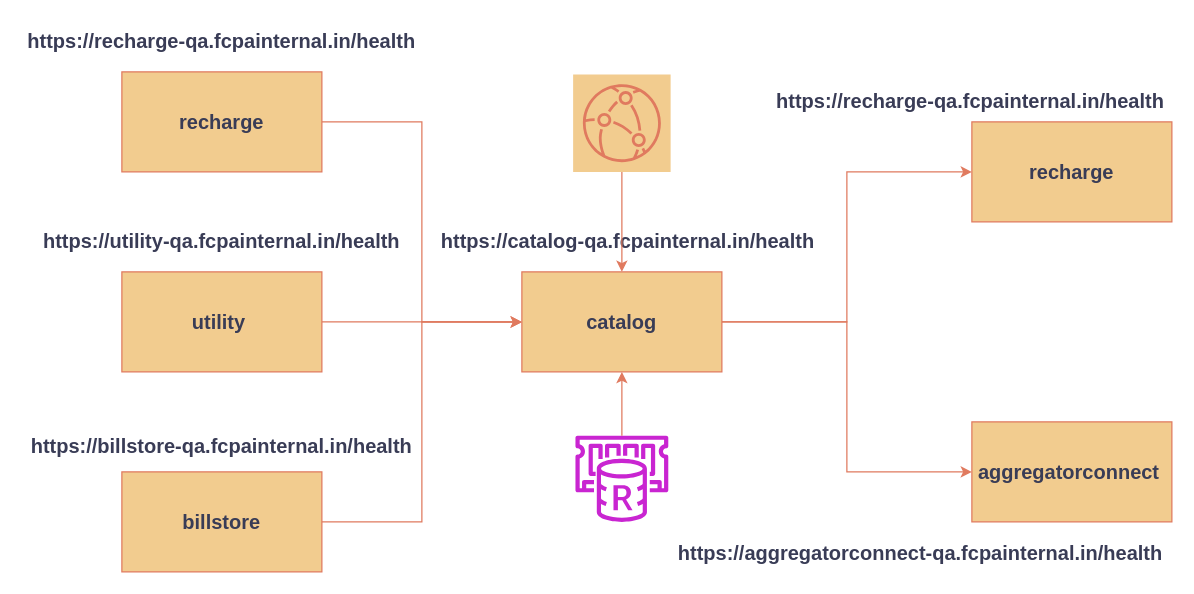
Before: catalog.drawio in vikash-one/pa-services, a draw.io diagram. Source tidied: cells renumbered, new cells numbered last; positions are measured from the earlier drawing's top-left corner, leaving out a move shared by most shapes. Both pictures are drawn from the tidied source at 125%, with x=0, y=0 at pixel (21, 21).
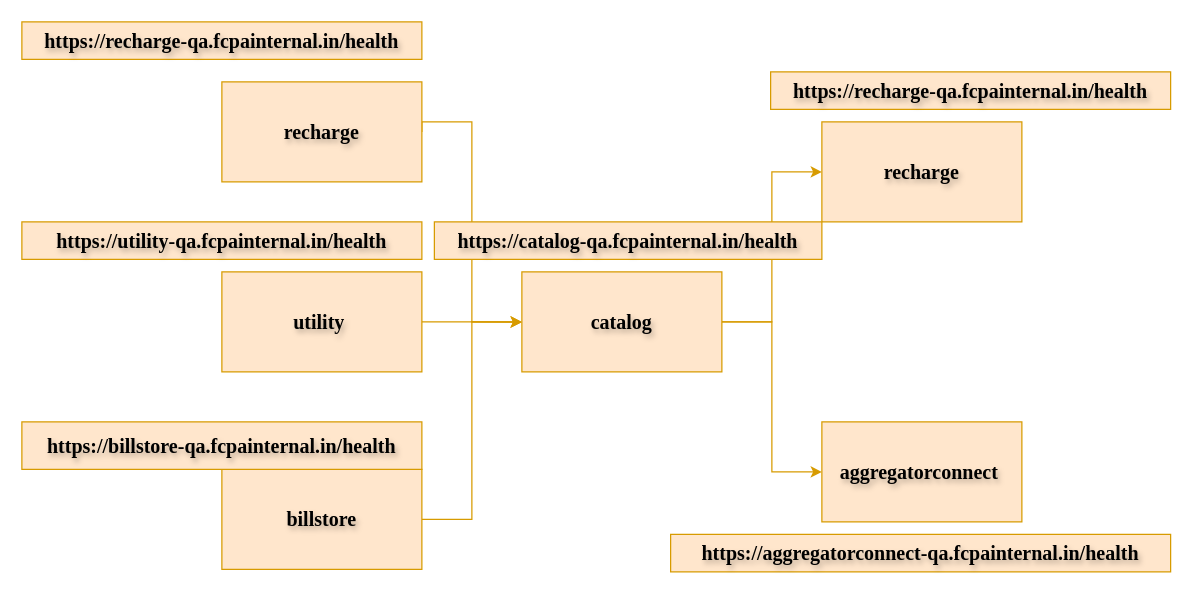
Above is the later version.

The edit, as a diff of the source:
```diff
@@
-    <mxCell id="2" style="edgeStyle=orthogonalEdgeStyle;rounded=0;jettySize=auto;html=1;exitX=1;exitY=0.5;exitDx=0;exitDy=0;entryX=0;entryY=0.5;entryDx=0;entryDy=0;fontStyle=1;fontSize=16;labelBackgroundColor=none;strokeColor=#E07A5F;fontColor=default;" parent="1" edge="1" source="3" target="9">
+    <mxCell id="2" style="edgeStyle=orthogonalEdgeStyle;rounded=0;jettySize=auto;html=1;exitX=1;exitY=0.5;exitDx=0;exitDy=0;entryX=0;entryY=0.5;entryDx=0;entryDy=0;fontStyle=1;fontSize=16;labelBackgroundColor=none;fontColor=default;fontFamily=Times New Roman;textShadow=1;fillColor=#ffe6cc;strokeColor=#d79b00;" parent="1" edge="1" source="3" target="9">
       <mxGeometry relative="1" as="geometry">
         <Array as="points">
           <mxPoint x="320" y="80" />
-          <mxPoint x="320" y="240" />
+          <mxPoint x="360" y="80" />
+          <mxPoint x="360" y="240" />
         </Array>
       </mxGeometry>
     </mxCell>
-    <mxCell id="3" value="recharge" style="rounded=0;whiteSpace=wrap;html=1;fontStyle=1;fontSize=16;labelBackgroundColor=none;fillColor=#F2CC8F;strokeColor=#E07A5F;fontColor=#393C56;" parent="1" vertex="1">
-      <mxGeometry x="80" y="40" width="160" height="80" as="geometry" />
+    <mxCell id="3" value="recharge" style="rounded=0;whiteSpace=wrap;html=1;fontStyle=1;fontSize=16;labelBackgroundColor=none;fontFamily=Times New Roman;textShadow=1;fillColor=#ffe6cc;strokeColor=#d79b00;" parent="1" vertex="1">
+      <mxGeometry x="160" y="48" width="160" height="80" as="geometry" />
     </mxCell>
-    <mxCell id="4" style="edgeStyle=orthogonalEdgeStyle;rounded=0;jettySize=auto;html=1;exitX=1;exitY=0.5;exitDx=0;exitDy=0;fontStyle=1;fontSize=16;labelBackgroundColor=none;strokeColor=#E07A5F;fontColor=default;" parent="1" edge="1" source="5">
+    <mxCell id="4" style="edgeStyle=orthogonalEdgeStyle;rounded=0;jettySize=auto;html=1;exitX=1;exitY=0.5;exitDx=0;exitDy=0;fontStyle=1;fontSize=16;labelBackgroundColor=none;fontColor=default;fontFamily=Times New Roman;textShadow=1;fillColor=#ffe6cc;strokeColor=#d79b00;" parent="1" edge="1" source="5">
       <mxGeometry relative="1" as="geometry">
         <mxPoint x="400" y="240.3" as="targetPoint" />
       </mxGeometry>
     </mxCell>
-    <mxCell id="5" value="utility&amp;nbsp;" style="rounded=0;whiteSpace=wrap;html=1;fontStyle=1;fontSize=16;labelBackgroundColor=none;fillColor=#F2CC8F;strokeColor=#E07A5F;fontColor=#393C56;" parent="1" vertex="1">
-      <mxGeometry x="80" y="200" width="160" height="80" as="geometry" />
+    <mxCell id="5" value="utility&amp;nbsp;" style="rounded=0;whiteSpace=wrap;html=1;fontStyle=1;fontSize=16;labelBackgroundColor=none;fontFamily=Times New Roman;textShadow=1;fillColor=#ffe6cc;strokeColor=#d79b00;" parent="1" vertex="1">
+      <mxGeometry x="160" y="200" width="160" height="80" as="geometry" />
     </mxCell>
+    <mxCell id="13" style="edgeStyle=orthogonalEdgeStyle;rounded=0;jettySize=auto;html=1;exitX=1;exitY=0.5;exitDx=0;exitDy=0;entryX=0;entryY=0.5;entryDx=0;entryDy=0;fontFamily=Times New Roman;fontSize=16;fontStyle=1;textShadow=1;fillColor=#ffe6cc;strokeColor=#d79b00;" parent="1" edge="1" source="6" target="9">
+      <mxGeometry relative="1" as="geometry" />
+    </mxCell>
-    <mxCell id="6" value="billstore" style="rounded=0;whiteSpace=wrap;html=1;fontStyle=1;fontSize=16;labelBackgroundColor=none;fillColor=#F2CC8F;strokeColor=#E07A5F;fontColor=#393C56;" parent="1" vertex="1">
-      <mxGeometry x="80" y="360" width="160" height="80" as="geometry" />
+    <mxCell id="6" value="billstore" style="rounded=0;whiteSpace=wrap;html=1;fontStyle=1;fontSize=16;labelBackgroundColor=none;fontFamily=Times New Roman;textShadow=1;fillColor=#ffe6cc;strokeColor=#d79b00;" parent="1" vertex="1">
+      <mxGeometry x="160" y="358" width="160" height="80" as="geometry" />
     </mxCell>
-    <mxCell id="7" style="edgeStyle=orthogonalEdgeStyle;rounded=0;jettySize=auto;html=1;entryX=0;entryY=0.5;entryDx=0;entryDy=0;fontStyle=1;fontSize=16;labelBackgroundColor=none;strokeColor=#E07A5F;fontColor=default;" parent="1" edge="1" source="9" target="10">
-      <mxGeometry relative="1" as="geometry" />
+    <mxCell id="7" style="edgeStyle=orthogonalEdgeStyle;rounded=0;jettySize=auto;html=1;entryX=0;entryY=0.5;entryDx=0;entryDy=0;fontStyle=1;fontSize=16;labelBackgroundColor=none;fontColor=default;fontFamily=Times New Roman;textShadow=1;fillColor=#ffe6cc;strokeColor=#d79b00;" parent="1" edge="1" source="9" target="10">
+      <mxGeometry relative="1" as="geometry">
+        <Array as="points">
+          <mxPoint x="600" y="240" />
+          <mxPoint x="600" y="120" />
+        </Array>
+      </mxGeometry>
     </mxCell>
-    <mxCell id="8" style="edgeStyle=orthogonalEdgeStyle;rounded=0;jettySize=auto;html=1;exitX=1;exitY=0.5;exitDx=0;exitDy=0;entryX=0;entryY=0.5;entryDx=0;entryDy=0;fontStyle=1;fontSize=16;labelBackgroundColor=none;strokeColor=#E07A5F;fontColor=default;" parent="1" edge="1" source="9" target="11">
-      <mxGeometry relative="1" as="geometry" />
+    <mxCell id="8" style="edgeStyle=orthogonalEdgeStyle;rounded=0;jettySize=auto;html=1;exitX=1;exitY=0.5;exitDx=0;exitDy=0;entryX=0;entryY=0.5;entryDx=0;entryDy=0;fontStyle=1;fontSize=16;labelBackgroundColor=none;fontColor=default;fontFamily=Times New Roman;textShadow=1;fillColor=#ffe6cc;strokeColor=#d79b00;" parent="1" edge="1" source="9" target="11">
+      <mxGeometry relative="1" as="geometry">
+        <Array as="points">
+          <mxPoint x="600" y="240" />
+          <mxPoint x="600" y="360" />
+        </Array>
+      </mxGeometry>
     </mxCell>
-    <mxCell id="9" value="catalog" style="rounded=0;whiteSpace=wrap;html=1;fontStyle=1;fontSize=16;labelBackgroundColor=none;fillColor=#F2CC8F;strokeColor=#E07A5F;fontColor=#393C56;" parent="1" vertex="1">
+    <mxCell id="9" value="catalog" style="rounded=0;whiteSpace=wrap;html=1;fontStyle=1;fontSize=16;labelBackgroundColor=none;fontFamily=Times New Roman;textShadow=1;fillColor=#ffe6cc;strokeColor=#d79b00;" parent="1" vertex="1">
       <mxGeometry x="400" y="200" width="160" height="80" as="geometry" />
     </mxCell>
-    <mxCell id="10" value="recharge" style="rounded=0;whiteSpace=wrap;html=1;fontStyle=1;fontSize=16;labelBackgroundColor=none;fillColor=#F2CC8F;strokeColor=#E07A5F;fontColor=#393C56;" parent="1" vertex="1">
-      <mxGeometry x="760" y="80" width="160" height="80" as="geometry" />
+    <mxCell id="10" value="recharge" style="rounded=0;whiteSpace=wrap;html=1;fontStyle=1;fontSize=16;labelBackgroundColor=none;fontFamily=Times New Roman;textShadow=1;fillColor=#ffe6cc;strokeColor=#d79b00;" parent="1" vertex="1">
+      <mxGeometry x="640" y="80" width="160" height="80" as="geometry" />
     </mxCell>
-    <mxCell id="11" value="aggregatorconnect&amp;nbsp;" style="rounded=0;whiteSpace=wrap;html=1;fontStyle=1;fontSize=16;labelBackgroundColor=none;fillColor=#F2CC8F;strokeColor=#E07A5F;fontColor=#393C56;" parent="1" vertex="1">
-      <mxGeometry x="760" y="320" width="160" height="80" as="geometry" />
+    <mxCell id="11" value="aggregatorconnect&amp;nbsp;" style="rounded=0;whiteSpace=wrap;html=1;fontStyle=1;fontSize=16;labelBackgroundColor=none;fontFamily=Times New Roman;textShadow=1;fillColor=#ffe6cc;strokeColor=#d79b00;" parent="1" vertex="1">
+      <mxGeometry x="640" y="320" width="160" height="80" as="geometry" />
     </mxCell>
-    <mxCell id="12" value="https://recharge-qa.fcpainternal.in/health" style="text;html=1;align=center;verticalAlign=middle;whiteSpace=wrap;rounded=0;fontStyle=1;fontSize=16;labelBackgroundColor=none;fontColor=#393C56;" parent="1" vertex="1">
+    <mxCell id="12" value="https://recharge-qa.fcpainternal.in/health" style="text;html=1;align=center;verticalAlign=middle;whiteSpace=wrap;rounded=0;fontStyle=1;fontSize=16;labelBackgroundColor=none;fontFamily=Times New Roman;textShadow=1;fillColor=#ffe6cc;strokeColor=#d79b00;" parent="1" vertex="1">
       <mxGeometry width="320" height="30" as="geometry" />
     </mxCell>
-    <mxCell id="13" style="endArrow=classic;html=1;rounded=0;entryX=0;entryY=0.5;entryDx=0;entryDy=0;exitX=1;exitY=0.5;exitDx=0;exitDy=0;fontStyle=1;fontSize=16;labelBackgroundColor=none;strokeColor=#E07A5F;fontColor=default;" parent="1" edge="1" source="6" target="9">
-      <mxGeometry relative="1" as="geometry">
-        <Array as="points">
-          <mxPoint x="320" y="400" />
-          <mxPoint x="320" y="240" />
-        </Array>
-      </mxGeometry>
-    </mxCell>
-    <mxCell id="14" value="https://utility-qa.fcpainternal.in/health" style="text;html=1;align=center;verticalAlign=middle;whiteSpace=wrap;rounded=0;fontStyle=1;fontSize=16;labelBackgroundColor=none;fontColor=#393C56;" parent="1" vertex="1">
+    <mxCell id="14" value="https://utility-qa.fcpainternal.in/health" style="text;html=1;align=center;verticalAlign=middle;whiteSpace=wrap;rounded=0;fontStyle=1;fontSize=16;labelBackgroundColor=none;fontFamily=Times New Roman;textShadow=1;fillColor=#ffe6cc;strokeColor=#d79b00;" parent="1" vertex="1">
       <mxGeometry y="160" width="320" height="30" as="geometry" />
     </mxCell>
-    <mxCell id="15" value="https://billstore-qa.fcpainternal.in/health" style="text;html=1;align=center;verticalAlign=middle;whiteSpace=wrap;rounded=0;fontStyle=1;fontSize=16;labelBackgroundColor=none;fontColor=#393C56;" parent="1" vertex="1">
+    <mxCell id="15" value="https://billstore-qa.fcpainternal.in/health" style="text;html=1;align=center;verticalAlign=middle;whiteSpace=wrap;rounded=0;fontStyle=1;fontSize=16;labelBackgroundColor=none;fontFamily=Times New Roman;textShadow=1;fillColor=#ffe6cc;strokeColor=#d79b00;" parent="1" vertex="1">
       <mxGeometry y="320" width="320" height="38" as="geometry" />
     </mxCell>
-    <mxCell id="16" value="https://catalog-qa.fcpainternal.in/health" style="text;html=1;align=center;verticalAlign=middle;whiteSpace=wrap;rounded=0;fontStyle=1;fontSize=16;labelBackgroundColor=none;fontColor=#393C56;" parent="1" vertex="1">
+    <mxCell id="16" value="https://catalog-qa.fcpainternal.in/health" style="text;html=1;align=center;verticalAlign=middle;whiteSpace=wrap;rounded=0;fontStyle=1;fontSize=16;labelBackgroundColor=none;fontFamily=Times New Roman;textShadow=1;fillColor=#ffe6cc;strokeColor=#d79b00;" parent="1" vertex="1">
       <mxGeometry x="330" y="160" width="310" height="30" as="geometry" />
     </mxCell>
-    <mxCell id="17" value="https://recharge-qa.fcpainternal.in/health" style="text;html=1;align=center;verticalAlign=middle;whiteSpace=wrap;rounded=0;fontStyle=1;fontSize=16;labelBackgroundColor=none;fontColor=#393C56;" parent="1" vertex="1">
-      <mxGeometry x="599" y="48" width="320" height="30" as="geometry" />
+    <mxCell id="17" value="https://recharge-qa.fcpainternal.in/health" style="text;html=1;align=center;verticalAlign=middle;whiteSpace=wrap;rounded=0;fontStyle=1;fontSize=16;labelBackgroundColor=none;fontFamily=Times New Roman;textShadow=1;fillColor=#ffe6cc;strokeColor=#d79b00;" parent="1" vertex="1">
+      <mxGeometry x="599" y="40" width="320" height="30" as="geometry" />
     </mxCell>
-    <mxCell id="18" value="https://aggregatorconnect-qa.fcpainternal.in/health" style="text;html=1;align=center;verticalAlign=middle;whiteSpace=wrap;rounded=0;fontStyle=1;fontSize=16;labelBackgroundColor=none;fontColor=#393C56;" parent="1" vertex="1">
+    <mxCell id="18" value="https://aggregatorconnect-qa.fcpainternal.in/health" style="text;html=1;align=center;verticalAlign=middle;whiteSpace=wrap;rounded=0;fontStyle=1;fontSize=16;labelBackgroundColor=none;fontFamily=Times New Roman;textShadow=1;fillColor=#ffe6cc;strokeColor=#d79b00;" parent="1" vertex="1">
       <mxGeometry x="519" y="410" width="400" height="30" as="geometry" />
     </mxCell>
-    <mxCell id="19" style="rounded=0;jettySize=auto;html=1;exitX=0.5;exitY=1;exitDx=0;exitDy=0;exitPerimeter=0;entryX=0.5;entryY=0;entryDx=0;entryDy=0;labelBackgroundColor=none;strokeColor=#E07A5F;fontColor=default;" parent="1" edge="1" source="20" target="9">
-      <mxGeometry relative="1" as="geometry" />
-    </mxCell>
-    <mxCell id="20" style="sketch=0;points=[[0,0,0],[0.25,0,0],[0.5,0,0],[0.75,0,0],[1,0,0],[0,1,0],[0.25,1,0],[0.5,1,0],[0.75,1,0],[1,1,0],[0,0.25,0],[0,0.5,0],[0,0.75,0],[1,0.25,0],[1,0.5,0],[1,0.75,0]];outlineConnect=0;fontColor=#393C56;fillColor=#F2CC8F;strokeColor=#E07A5F;dashed=0;verticalLabelPosition=bottom;verticalAlign=top;align=center;html=1;fontSize=12;fontStyle=0;shape=mxgraph.aws4.resourceIcon;resIcon=mxgraph.aws4.cloudfront;labelBackgroundColor=none;" parent="1" vertex="1">
-      <mxGeometry x="441" y="42" width="78" height="78" as="geometry" />
-    </mxCell>
-    <mxCell id="21" style="sketch=0;outlineConnect=0;fontColor=#232F3E;gradientColor=none;fillColor=#C925D1;strokeColor=none;dashed=0;verticalLabelPosition=bottom;verticalAlign=top;align=center;html=1;fontSize=12;fontStyle=0;shape=mxgraph.aws4.elasticache_for_redis;" parent="1" vertex="1">
-      <mxGeometry x="441" y="331" width="78" height="69" as="geometry" />
-    </mxCell>
-    <mxCell id="22" style="endArrow=classic;html=1;rounded=0;strokeColor=#E07A5F;fontColor=#393C56;fillColor=#F2CC8F;entryX=0.5;entryY=1;entryDx=0;entryDy=0;" parent="1" edge="1" source="21" target="9">
-      <mxGeometry relative="1" as="geometry" />
-    </mxCell>
```
